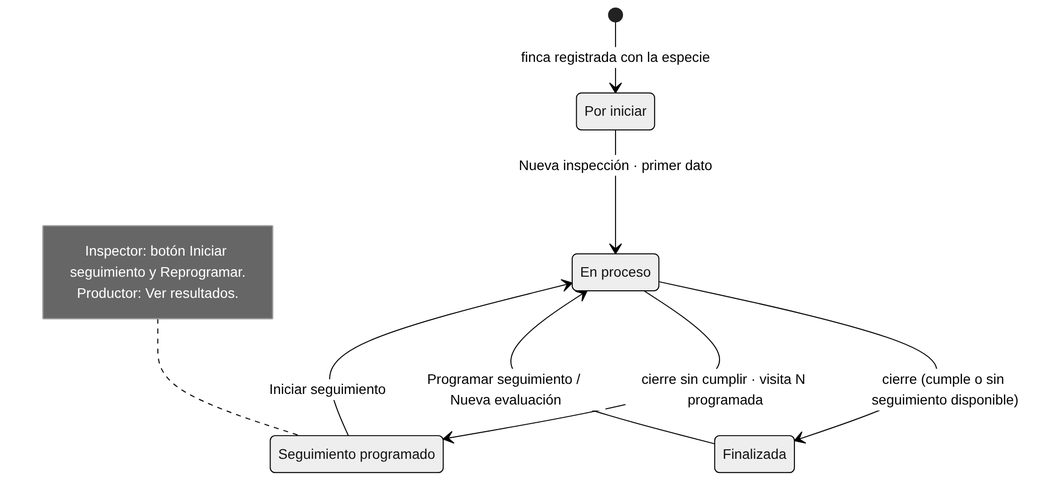
The Mermaid diagram codigo/docs/uml/estados/est_03_especie.png in luisalejandroavilacastillo-stack/EBA_Cuac_Cuac, before a commit. Its source is kept beside it as codigo/docs/uml/fuentes/est_03_especie.mmd.
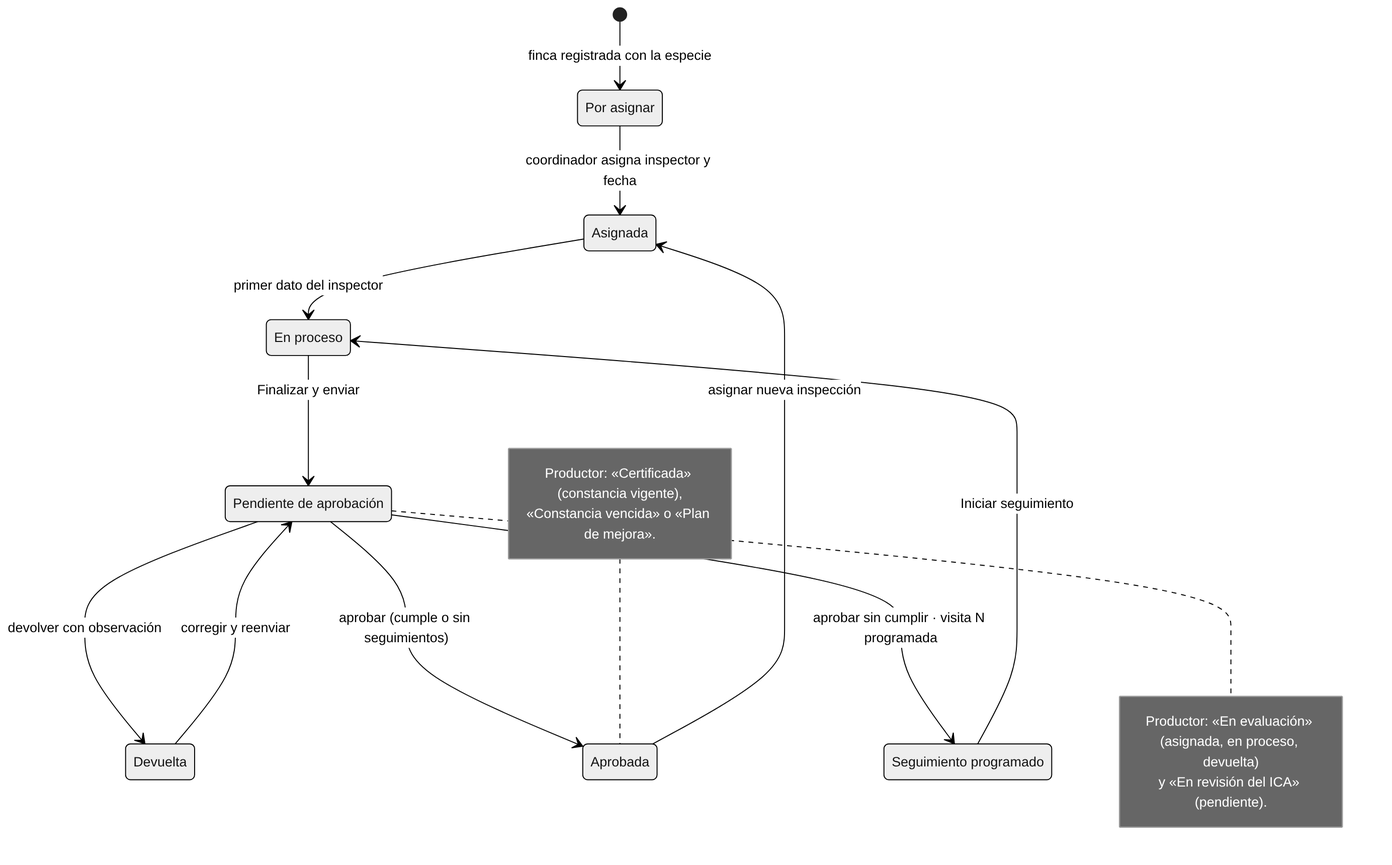
The same file after the commit.

What changed in the source:
```diff
@@ -1,14 +1,23 @@
 stateDiagram-v2
-    [*] --> PorIniciar : finca registrada con la especie
-    PorIniciar --> EnProceso : Nueva inspección · primer dato
-    EnProceso --> Finalizada : cierre (cumple o sin seguimiento disponible)
-    EnProceso --> SeguimientoProgramado : cierre sin cumplir · visita N programada
+    [*] --> PorAsignar : finca registrada con la especie
+    PorAsignar --> Asignada : coordinador asigna inspector y fecha
+    Asignada --> EnProceso : primer dato del inspector
+    EnProceso --> Pendiente : Finalizar y enviar
+    Devuelta --> Pendiente : corregir y reenviar
+    Pendiente --> Devuelta : devolver con observación
+    Pendiente --> Aprobada : aprobar (cumple o sin seguimientos)
+    Pendiente --> SeguimientoProgramado : aprobar sin cumplir · visita N programada
     SeguimientoProgramado --> EnProceso : Iniciar seguimiento
-    Finalizada --> EnProceso : Programar seguimiento / Nueva evaluación
-    PorIniciar : Por iniciar
+    Aprobada --> Asignada : asignar nueva inspección
+    PorAsignar : Por asignar
     EnProceso : En proceso
+    Pendiente : Pendiente de aprobación
     SeguimientoProgramado : Seguimiento programado
-    note left of SeguimientoProgramado
-        Inspector: botón Iniciar seguimiento y Reprogramar.
-        Productor: Ver resultados.
+    note left of Aprobada
+        Productor: «Certificada» (constancia vigente),
+        «Constancia vencida» o «Plan de mejora».
     end note
+    note right of Pendiente
+        Productor: «En evaluación» (asignada, en proceso, devuelta)
+        y «En revisión del ICA» (pendiente).
+    end note
```
